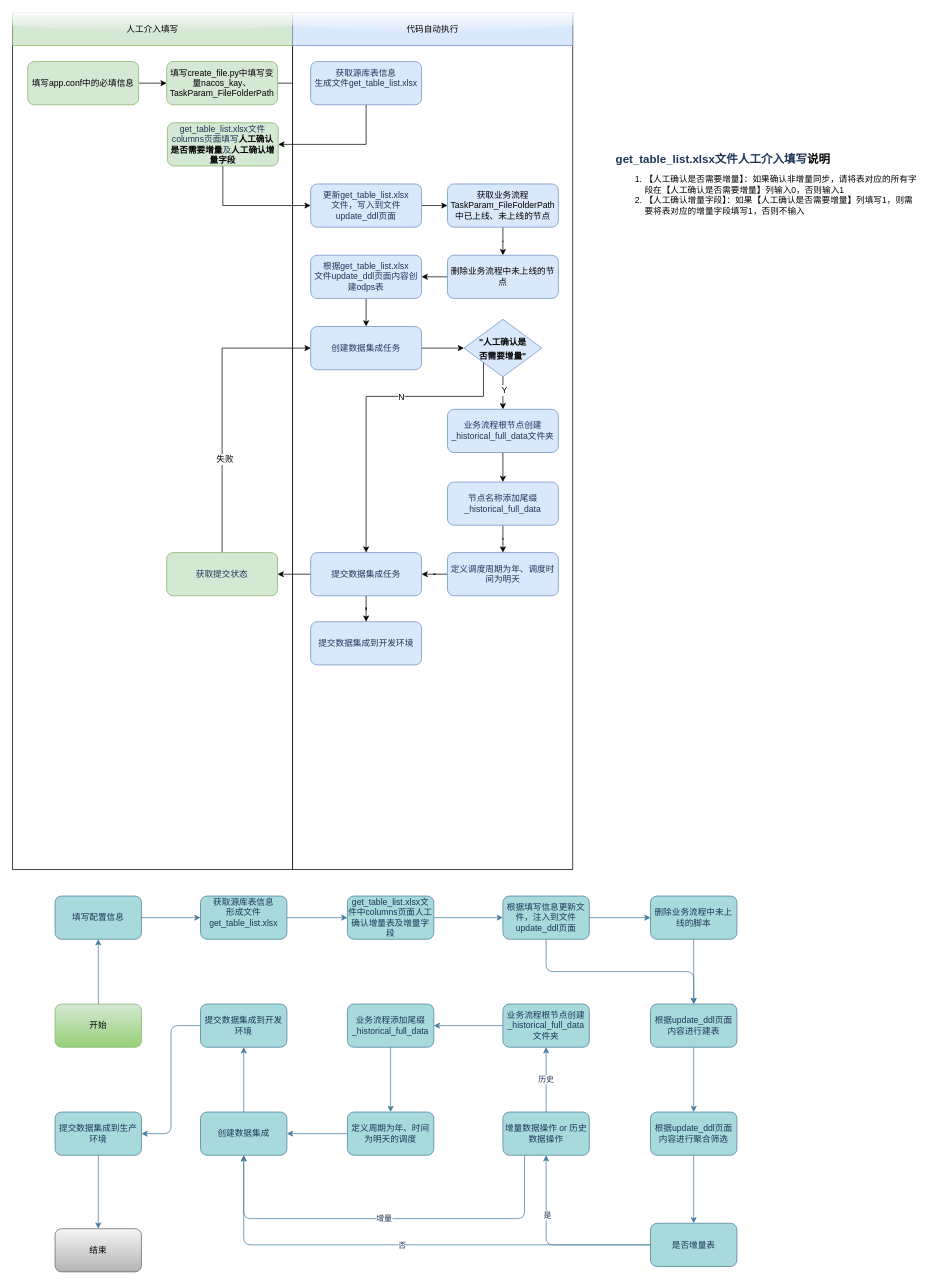
Before: OpenAPI/OpenAPI工作流程.drawio in qushuxian/static_files, a draw.io diagram. Source tidied: cells renumbered, new cells numbered last; positions are measured from the earlier drawing's top-left corner, leaving out a move shared by most shapes. Both pictures are drawn from the tidied source at 72%, with x=0, y=0 at pixel (12, 12).
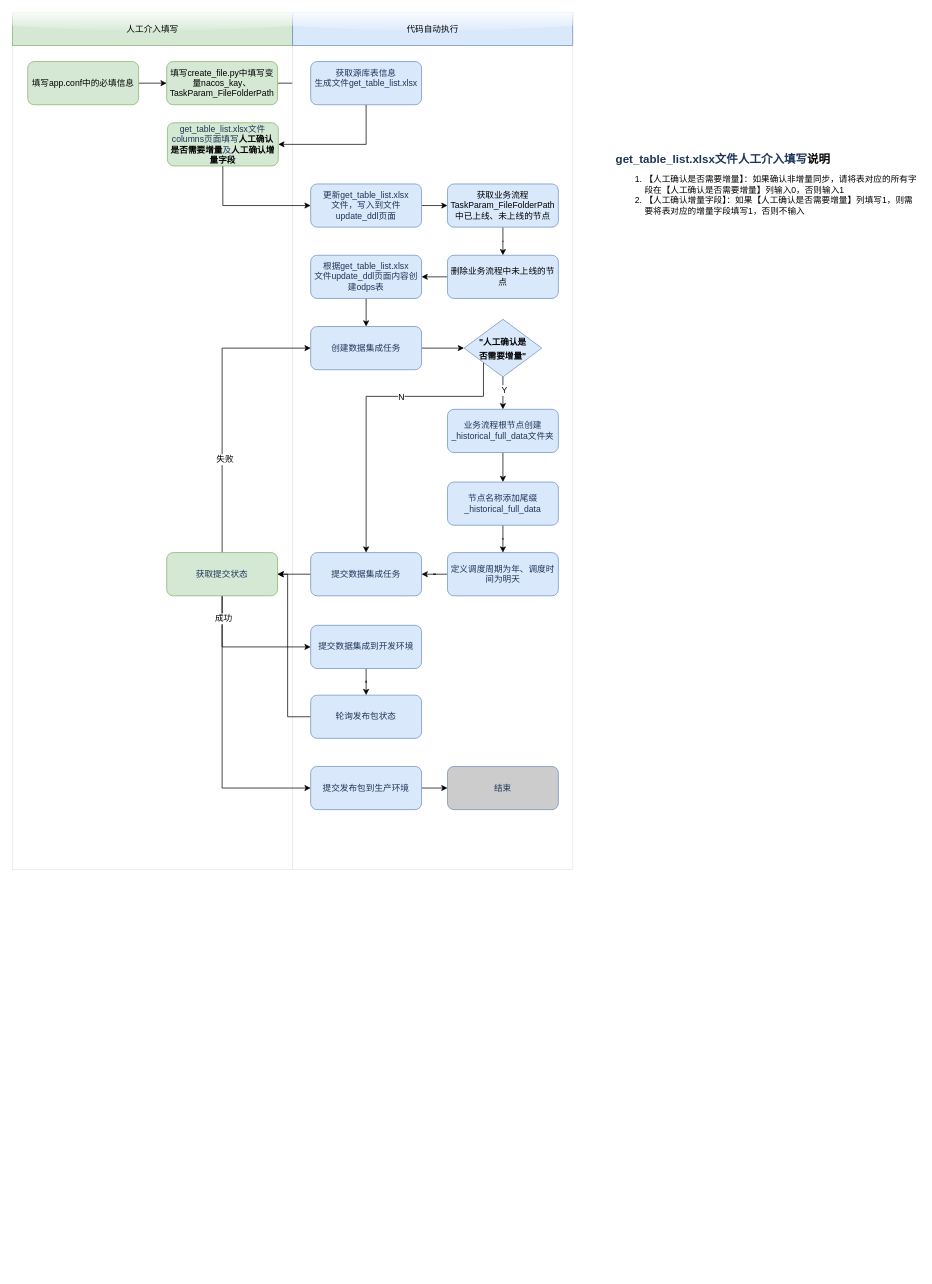
The same diagram, later.

Commit message (it also covers changes not shown here):
更新OpenAPI工作流程.drawio

The change refers to these unchanged cells:
```xml
<mxCell id="76" value="&lt;font color=&quot;#1d3557&quot;&gt;&lt;span style=&quot;caret-color: rgb(29, 53, 87);&quot;&gt;提交数据集成任务&lt;/span&gt;&lt;/font&gt;" style="rounded=1;whiteSpace=wrap;html=1;fillColor=#dae8fc;strokeColor=#6c8ebf;" parent="1" vertex="1">
  <mxGeometry x="414" y="750" width="154" height="60" as="geometry" />
</mxCell>
<mxCell id="79" value="&lt;font color=&quot;#1d3557&quot;&gt;&lt;span style=&quot;caret-color: rgb(29, 53, 87);&quot;&gt;获取提交状态&lt;/span&gt;&lt;/font&gt;" style="rounded=1;whiteSpace=wrap;html=1;fillColor=#d5e8d4;strokeColor=#82b366;" parent="1" vertex="1">
  <mxGeometry x="214" y="750" width="154" height="60" as="geometry" />
</mxCell>
```

Diff of the diagram source:
```diff
@@
-    <mxCell id="2" style="rounded=0;whiteSpace=wrap;html=1;" parent="1" vertex="1">
+    <mxCell id="2" style="rounded=0;whiteSpace=wrap;html=1;strokeColor=#E6E6E6;" parent="1" vertex="1">
       <mxGeometry width="389" height="1190" as="geometry" />
     </mxCell>
@@
-    <mxCell id="8" style="group;" parent="1" vertex="1">
-      <mxGeometry x="59" y="1227" width="947" height="522" as="geometry" />
-    </mxCell>
-    <mxCell id="9" value="填写配置信息" style="rounded=1;whiteSpace=wrap;html=1;fillColor=#A8DADC;strokeColor=#457B9D;fontColor=#1D3557;" parent="8" vertex="1">
-      <mxGeometry width="120" height="60" as="geometry" />
-    </mxCell>
-    <mxCell id="10" value="获取源库表信息&lt;br&gt;形成文件get_table_list.xlsx&lt;br&gt;&lt;span style=&quot;color: rgba(0 , 0 , 0 , 0) ; font-family: monospace ; font-size: 0px&quot;&gt;excelexcel%3CmxGraphModel%3E%3Croot%3E%3CmxCell%20id%3D%220%22%2F%3E%3CmxCell%20id%3D%221%22%20parent%3D%220%22%2F%3E%3CmxCell%20id%3D%222%22%20value%3D%22%E8%8E%B7%E5%8F%96%E6%BA%90%E5%BA%93%E8%A1%A8%E4%BF%A1%E6%81%AF%22%20style%3D%22rounded%3D1%3BwhiteSpace%3Dwrap%3Bhtml%3D1%3BfillColor%3D%23A8DADC%3BstrokeColor%3D%23457B9D%3BfontColor%3D%231D3557%3B%22%20vertex%3D%221%22%20parent%3D%221%22%3E%3CmxGeometry%20x%3D%22190%22%20y%3D%22100%22%20width%3D%22120%22%20height%3D%2260%22%20as%3D%22geometry%22%2F%3E%3C%2FmxCell%3E%3C%2Froot%3E%3C%2FmxGraphModel%3Eeeexceawer12342342345&lt;/span&gt;" style="rounded=1;whiteSpace=wrap;html=1;fillColor=#A8DADC;strokeColor=#457B9D;fontColor=#1D3557;" parent="8" vertex="1">
-      <mxGeometry x="202" width="120" height="60" as="geometry" />
-    </mxCell>
-    <mxCell id="11" style="edgeStyle=orthogonalEdgeStyle;curved=0;rounded=1;sketch=0;jettySize=auto;html=1;exitX=1;exitY=0.5;exitDx=0;exitDy=0;entryX=0;entryY=0.5;entryDx=0;entryDy=0;fontColor=#1D3557;strokeColor=#457B9D;fillColor=#A8DADC;" parent="8" edge="1" source="9" target="10">
-      <mxGeometry relative="1" as="geometry" />
-    </mxCell>
-    <mxCell id="12" value="get_table_list.xlsx文件中columns页面人工确认增量表及增量字段" style="rounded=1;whiteSpace=wrap;html=1;fillColor=#A8DADC;strokeColor=#457B9D;fontColor=#1D3557;" parent="8" vertex="1">
-      <mxGeometry x="406" width="120" height="60" as="geometry" />
-    </mxCell>
-    <mxCell id="13" style="edgeStyle=orthogonalEdgeStyle;curved=0;rounded=1;sketch=0;jettySize=auto;html=1;entryX=0;entryY=0.5;entryDx=0;entryDy=0;fontColor=#1D3557;strokeColor=#457B9D;fillColor=#A8DADC;" parent="8" edge="1" source="10" target="12">
-      <mxGeometry relative="1" as="geometry" />
-    </mxCell>
-    <mxCell id="14" value="根据填写信息更新文件，注入到文件update_ddl页面" style="rounded=1;whiteSpace=wrap;html=1;fillColor=#A8DADC;strokeColor=#457B9D;fontColor=#1D3557;" parent="8" vertex="1">
-      <mxGeometry x="622" width="120" height="60" as="geometry" />
-    </mxCell>
-    <mxCell id="15" style="edgeStyle=orthogonalEdgeStyle;curved=0;rounded=1;sketch=0;jettySize=auto;html=1;exitX=1;exitY=0.5;exitDx=0;exitDy=0;entryX=0;entryY=0.5;entryDx=0;entryDy=0;fontColor=#1D3557;strokeColor=#457B9D;fillColor=#A8DADC;" parent="8" edge="1" source="12" target="14">
-      <mxGeometry relative="1" as="geometry" />
-    </mxCell>
-    <mxCell id="16" value="删除业务流程中未上线的脚本" style="rounded=1;whiteSpace=wrap;html=1;fillColor=#A8DADC;strokeColor=#457B9D;fontColor=#1D3557;" parent="8" vertex="1">
-      <mxGeometry x="827" width="120" height="60" as="geometry" />
-    </mxCell>
-    <mxCell id="17" style="edgeStyle=orthogonalEdgeStyle;curved=0;rounded=1;sketch=0;jettySize=auto;html=1;fontColor=#1D3557;strokeColor=#457B9D;fillColor=#A8DADC;entryX=0;entryY=0.5;entryDx=0;entryDy=0;" parent="8" edge="1" source="14" target="16">
-      <mxGeometry relative="1" as="geometry" />
-    </mxCell>
-    <mxCell id="18" value="根据update_ddl页面内容进行建表" style="rounded=1;whiteSpace=wrap;html=1;fillColor=#A8DADC;strokeColor=#457B9D;fontColor=#1D3557;" parent="8" vertex="1">
-      <mxGeometry x="827" y="150" width="120" height="60" as="geometry" />
-    </mxCell>
-    <mxCell id="19" style="edgeStyle=orthogonalEdgeStyle;curved=0;rounded=1;sketch=0;jettySize=auto;html=1;exitX=0.5;exitY=1;exitDx=0;exitDy=0;entryX=0.5;entryY=0;entryDx=0;entryDy=0;fontColor=#1D3557;strokeColor=#457B9D;fillColor=#A8DADC;" parent="8" edge="1" source="14" target="18">
-      <mxGeometry relative="1" as="geometry" />
-    </mxCell>
-    <mxCell id="20" style="edgeStyle=orthogonalEdgeStyle;curved=0;rounded=1;sketch=0;jettySize=auto;html=1;exitX=0.5;exitY=1;exitDx=0;exitDy=0;entryX=0.5;entryY=0;entryDx=0;entryDy=0;fontColor=#1D3557;strokeColor=#457B9D;fillColor=#A8DADC;" parent="8" edge="1" source="16" target="18">
-      <mxGeometry relative="1" as="geometry" />
-    </mxCell>
-    <mxCell id="21" value="根据update_ddl页面内容进行聚合筛选" style="rounded=1;whiteSpace=wrap;html=1;fillColor=#A8DADC;strokeColor=#457B9D;fontColor=#1D3557;" parent="8" vertex="1">
-      <mxGeometry x="827" y="300" width="120" height="60" as="geometry" />
-    </mxCell>
-    <mxCell id="22" style="edgeStyle=orthogonalEdgeStyle;curved=0;rounded=1;sketch=0;jettySize=auto;html=1;exitX=0.5;exitY=1;exitDx=0;exitDy=0;entryX=0.5;entryY=0;entryDx=0;entryDy=0;fontColor=#1D3557;strokeColor=#457B9D;fillColor=#A8DADC;" parent="8" edge="1" source="18" target="21">
-      <mxGeometry relative="1" as="geometry" />
-    </mxCell>
-    <mxCell id="23" value="是否增量表" style="rounded=1;whiteSpace=wrap;html=1;fillColor=#A8DADC;strokeColor=#457B9D;fontColor=#1D3557;" parent="8" vertex="1">
-      <mxGeometry x="827" y="454.5" width="120" height="60" as="geometry" />
-    </mxCell>
-    <mxCell id="24" style="edgeStyle=orthogonalEdgeStyle;curved=0;rounded=1;sketch=0;jettySize=auto;html=1;exitX=0.5;exitY=1;exitDx=0;exitDy=0;entryX=0.5;entryY=0;entryDx=0;entryDy=0;fontColor=#1D3557;strokeColor=#457B9D;fillColor=#A8DADC;" parent="8" edge="1" source="21" target="23">
-      <mxGeometry relative="1" as="geometry" />
-    </mxCell>
-    <mxCell id="25" value="创建数据集成" style="rounded=1;whiteSpace=wrap;html=1;fillColor=#A8DADC;strokeColor=#457B9D;fontColor=#1D3557;" parent="8" vertex="1">
-      <mxGeometry x="202" y="300" width="120" height="60" as="geometry" />
-    </mxCell>
-    <mxCell id="26" value="否" style="edgeStyle=orthogonalEdgeStyle;curved=0;rounded=1;sketch=0;jettySize=auto;html=1;exitX=0;exitY=0.5;exitDx=0;exitDy=0;entryX=0.5;entryY=1;entryDx=0;entryDy=0;fontColor=#1D3557;strokeColor=#457B9D;fillColor=#A8DADC;" parent="8" edge="1" source="23" target="25">
-      <mxGeometry relative="1" as="geometry" />
-    </mxCell>
-    <mxCell id="27" value="增量" style="edgeStyle=orthogonalEdgeStyle;curved=0;rounded=1;sketch=0;jettySize=auto;html=1;exitX=0.25;exitY=1;exitDx=0;exitDy=0;fontColor=#1D3557;strokeColor=#457B9D;fillColor=#A8DADC;" parent="8" edge="1" source="28" target="25">
-      <mxGeometry relative="1" as="geometry">
-        <Array as="points">
-          <mxPoint x="652" y="448" />
-          <mxPoint x="262" y="448" />
-        </Array>
-      </mxGeometry>
-    </mxCell>
-    <mxCell id="28" value="增量数据操作 or 历史数据操作" style="rounded=1;whiteSpace=wrap;html=1;fillColor=#A8DADC;strokeColor=#457B9D;fontColor=#1D3557;" parent="8" vertex="1">
-      <mxGeometry x="622" y="300" width="120" height="60" as="geometry" />
-    </mxCell>
-    <mxCell id="29" style="edgeStyle=orthogonalEdgeStyle;curved=0;rounded=1;sketch=0;jettySize=auto;html=1;exitX=0;exitY=0.5;exitDx=0;exitDy=0;entryX=0.5;entryY=1;entryDx=0;entryDy=0;fontColor=#1D3557;strokeColor=#457B9D;fillColor=#A8DADC;" parent="8" edge="1" source="23" target="28">
-      <mxGeometry relative="1" as="geometry" />
-    </mxCell>
-    <mxCell id="30" value="是" style="edgeLabel;html=1;align=center;verticalAlign=middle;fontColor=#1D3557;" parent="29" vertex="1">
-      <mxGeometry x="0.39" y="-1" relative="1" as="geometry">
-        <mxPoint y="1" as="offset" />
-      </mxGeometry>
-    </mxCell>
-    <mxCell id="31" value="业务流程根节点创建_historical_full_data文件夹" style="rounded=1;whiteSpace=wrap;html=1;fillColor=#A8DADC;strokeColor=#457B9D;fontColor=#1D3557;" parent="8" vertex="1">
-      <mxGeometry x="622" y="150" width="120" height="60" as="geometry" />
-    </mxCell>
-    <mxCell id="32" value="历史" style="edgeStyle=orthogonalEdgeStyle;curved=0;rounded=1;sketch=0;jettySize=auto;html=1;exitX=0.5;exitY=0;exitDx=0;exitDy=0;entryX=0.5;entryY=1;entryDx=0;entryDy=0;fontColor=#1D3557;strokeColor=#457B9D;fillColor=#A8DADC;" parent="8" edge="1" source="28" target="31">
-      <mxGeometry relative="1" as="geometry" />
-    </mxCell>
-    <mxCell id="33" value="业务流程添加尾缀_historical_full_data" style="rounded=1;whiteSpace=wrap;html=1;fillColor=#A8DADC;strokeColor=#457B9D;fontColor=#1D3557;" parent="8" vertex="1">
-      <mxGeometry x="406" y="150" width="120" height="60" as="geometry" />
-    </mxCell>
-    <mxCell id="34" style="edgeStyle=orthogonalEdgeStyle;curved=0;rounded=1;sketch=0;jettySize=auto;html=1;exitX=0;exitY=0.5;exitDx=0;exitDy=0;entryX=1;entryY=0.5;entryDx=0;entryDy=0;fontColor=#1D3557;strokeColor=#457B9D;fillColor=#A8DADC;" parent="8" edge="1" source="31" target="33">
-      <mxGeometry relative="1" as="geometry" />
-    </mxCell>
-    <mxCell id="35" style="edgeStyle=orthogonalEdgeStyle;curved=0;rounded=1;sketch=0;jettySize=auto;html=1;exitX=0;exitY=0.5;exitDx=0;exitDy=0;entryX=1;entryY=0.5;entryDx=0;entryDy=0;fontColor=#1D3557;strokeColor=#457B9D;fillColor=#A8DADC;" parent="8" edge="1" source="36" target="25">
-      <mxGeometry relative="1" as="geometry" />
-    </mxCell>
-    <mxCell id="36" value="定义周期为年、时间为明天的调度" style="rounded=1;whiteSpace=wrap;html=1;fillColor=#A8DADC;strokeColor=#457B9D;fontColor=#1D3557;" parent="8" vertex="1">
-      <mxGeometry x="406" y="300" width="120" height="60" as="geometry" />
-    </mxCell>
-    <mxCell id="37" style="edgeStyle=orthogonalEdgeStyle;curved=0;rounded=1;sketch=0;jettySize=auto;html=1;exitX=0.5;exitY=1;exitDx=0;exitDy=0;entryX=0.5;entryY=0;entryDx=0;entryDy=0;fontColor=#1D3557;strokeColor=#457B9D;fillColor=#A8DADC;" parent="8" edge="1" source="33" target="36">
-      <mxGeometry relative="1" as="geometry" />
-    </mxCell>
-    <mxCell id="38" value="提交数据集成到生产环境" style="rounded=1;whiteSpace=wrap;html=1;fillColor=#A8DADC;strokeColor=#457B9D;fontColor=#1D3557;" parent="8" vertex="1">
-      <mxGeometry y="300" width="120" height="60" as="geometry" />
-    </mxCell>
-    <mxCell id="39" style="edgeStyle=orthogonalEdgeStyle;curved=0;rounded=1;sketch=0;jettySize=auto;html=1;exitX=0;exitY=0.5;exitDx=0;exitDy=0;entryX=1;entryY=0.5;entryDx=0;entryDy=0;fontColor=#1D3557;strokeColor=#457B9D;fillColor=#A8DADC;" parent="8" edge="1" source="40" target="38">
-      <mxGeometry relative="1" as="geometry" />
-    </mxCell>
-    <mxCell id="40" value="提交数据集成到开发环境" style="rounded=1;whiteSpace=wrap;html=1;fillColor=#A8DADC;strokeColor=#457B9D;fontColor=#1D3557;" parent="8" vertex="1">
-      <mxGeometry x="202" y="150" width="120" height="60" as="geometry" />
-    </mxCell>
-    <mxCell id="41" style="edgeStyle=orthogonalEdgeStyle;curved=0;rounded=1;sketch=0;jettySize=auto;html=1;exitX=0.5;exitY=0;exitDx=0;exitDy=0;fontColor=#1D3557;strokeColor=#457B9D;fillColor=#A8DADC;" parent="8" edge="1" source="25" target="40">
-      <mxGeometry relative="1" as="geometry" />
-    </mxCell>
-    <mxCell id="42" value="结束" style="rounded=1;whiteSpace=wrap;html=1;fillColor=#f5f5f5;strokeColor=#666666;gradientColor=#b3b3b3;" parent="8" vertex="1">
-      <mxGeometry y="462" width="120" height="60" as="geometry" />
-    </mxCell>
-    <mxCell id="43" style="edgeStyle=orthogonalEdgeStyle;curved=0;rounded=1;sketch=0;jettySize=auto;html=1;exitX=0.5;exitY=1;exitDx=0;exitDy=0;entryX=0.5;entryY=0;entryDx=0;entryDy=0;fontColor=#1D3557;strokeColor=#457B9D;fillColor=#A8DADC;" parent="8" edge="1" source="38" target="42">
-      <mxGeometry relative="1" as="geometry" />
-    </mxCell>
-    <mxCell id="44" style="edgeStyle=orthogonalEdgeStyle;curved=0;rounded=1;sketch=0;jettySize=auto;html=1;exitX=0.5;exitY=0;exitDx=0;exitDy=0;fontColor=#1D3557;strokeColor=#457B9D;fillColor=#A8DADC;" parent="8" edge="1" source="45" target="9">
-      <mxGeometry relative="1" as="geometry" />
-    </mxCell>
-    <mxCell id="45" value="开始" style="rounded=1;whiteSpace=wrap;html=1;fillColor=#d5e8d4;strokeColor=#82b366;gradientColor=#97d077;" parent="8" vertex="1">
-      <mxGeometry y="150" width="120" height="60" as="geometry" />
-    </mxCell>
-    <mxCell id="46" style="rounded=0;whiteSpace=wrap;html=1;" parent="1" vertex="1">
+    <mxCell id="46" style="rounded=0;whiteSpace=wrap;html=1;strokeColor=#E6E6E6;" parent="1" vertex="1">
       <mxGeometry x="389" width="389" height="1190" as="geometry" />
     </mxCell>
@@
-    <mxCell id="74" style="edgeStyle=orthogonalEdgeStyle;rounded=0;jettySize=auto;html=1;exitX=0.5;exitY=1;exitDx=0;exitDy=0;fontSize=12;" parent="1" edge="1" source="76" target="80">
-      <mxGeometry relative="1" as="geometry" />
-    </mxCell>
@@
+    <mxCell id="81" style="edgeStyle=orthogonalEdgeStyle;rounded=0;jettySize=auto;html=1;exitX=0.5;exitY=1;exitDx=0;exitDy=0;entryX=0;entryY=0.5;entryDx=0;entryDy=0;fontSize=12;" parent="1" edge="1" source="79" target="80">
+      <mxGeometry relative="1" as="geometry" />
+    </mxCell>
+    <mxCell id="82" style="edgeStyle=orthogonalEdgeStyle;rounded=0;jettySize=auto;html=1;entryX=0;entryY=0.5;entryDx=0;entryDy=0;fontSize=12;" parent="1" edge="1" source="79" target="88">
+      <mxGeometry relative="1" as="geometry">
+        <Array as="points">
+          <mxPoint x="291" y="1077" />
+        </Array>
+      </mxGeometry>
+    </mxCell>
+    <mxCell id="83" value="成功" style="edgeLabel;html=1;align=center;verticalAlign=middle;fontSize=12;" parent="82" vertex="1">
+      <mxGeometry x="-0.84" y="1" relative="1" as="geometry" />
+    </mxCell>
@@
+    <mxCell id="84" style="edgeStyle=orthogonalEdgeStyle;rounded=0;jettySize=auto;html=1;exitX=0.5;exitY=1;exitDx=0;exitDy=0;fontSize=12;" parent="1" edge="1" source="80" target="86">
+      <mxGeometry relative="1" as="geometry" />
+    </mxCell>
     <mxCell id="80" value="&lt;font color=&quot;#1d3557&quot;&gt;&lt;span style=&quot;caret-color: rgb(29, 53, 87);&quot;&gt;提交数据集成到开发环境&lt;/span&gt;&lt;/font&gt;" style="rounded=1;whiteSpace=wrap;html=1;fillColor=#dae8fc;strokeColor=#6c8ebf;" parent="1" vertex="1">
-      <mxGeometry x="414" y="846" width="154" height="60" as="geometry" />
+      <mxGeometry x="414" y="851" width="154" height="60" as="geometry" />
     </mxCell>
+    <mxCell id="85" style="edgeStyle=orthogonalEdgeStyle;rounded=0;jettySize=auto;html=1;entryX=1;entryY=0.5;entryDx=0;entryDy=0;fontSize=12;" parent="1" edge="1" source="86" target="79">
+      <mxGeometry relative="1" as="geometry">
+        <Array as="points">
+          <mxPoint x="382" y="978" />
+          <mxPoint x="382" y="780" />
+        </Array>
+      </mxGeometry>
+    </mxCell>
+    <mxCell id="86" value="&lt;font color=&quot;#1d3557&quot;&gt;&lt;span style=&quot;caret-color: rgb(29, 53, 87);&quot;&gt;轮询发布包状态&lt;/span&gt;&lt;/font&gt;" style="rounded=1;whiteSpace=wrap;html=1;fillColor=#dae8fc;strokeColor=#6c8ebf;" parent="1" vertex="1">
+      <mxGeometry x="414" y="948" width="154" height="60" as="geometry" />
+    </mxCell>
+    <mxCell id="87" style="edgeStyle=orthogonalEdgeStyle;rounded=0;jettySize=auto;html=1;exitX=1;exitY=0.5;exitDx=0;exitDy=0;entryX=0;entryY=0.5;entryDx=0;entryDy=0;fontSize=12;" parent="1" edge="1" source="88" target="42">
+      <mxGeometry relative="1" as="geometry" />
+    </mxCell>
+    <mxCell id="88" value="&lt;font color=&quot;#1d3557&quot;&gt;&lt;span style=&quot;caret-color: rgb(29, 53, 87);&quot;&gt;提交发布包到生产环境&lt;/span&gt;&lt;/font&gt;" style="rounded=1;whiteSpace=wrap;html=1;fillColor=#dae8fc;strokeColor=#6c8ebf;" parent="1" vertex="1">
+      <mxGeometry x="414" y="1047" width="154" height="60" as="geometry" />
+    </mxCell>
+    <mxCell id="42" value="&lt;font color=&quot;#1d3557&quot;&gt;&lt;span style=&quot;caret-color: rgb(29, 53, 87);&quot;&gt;结束&lt;/span&gt;&lt;/font&gt;" style="rounded=1;whiteSpace=wrap;html=1;fillColor=#CCCCCC;strokeColor=#6c8ebf;" parent="1" vertex="1">
+      <mxGeometry x="604" y="1047" width="154" height="60" as="geometry" />
+    </mxCell>
```
